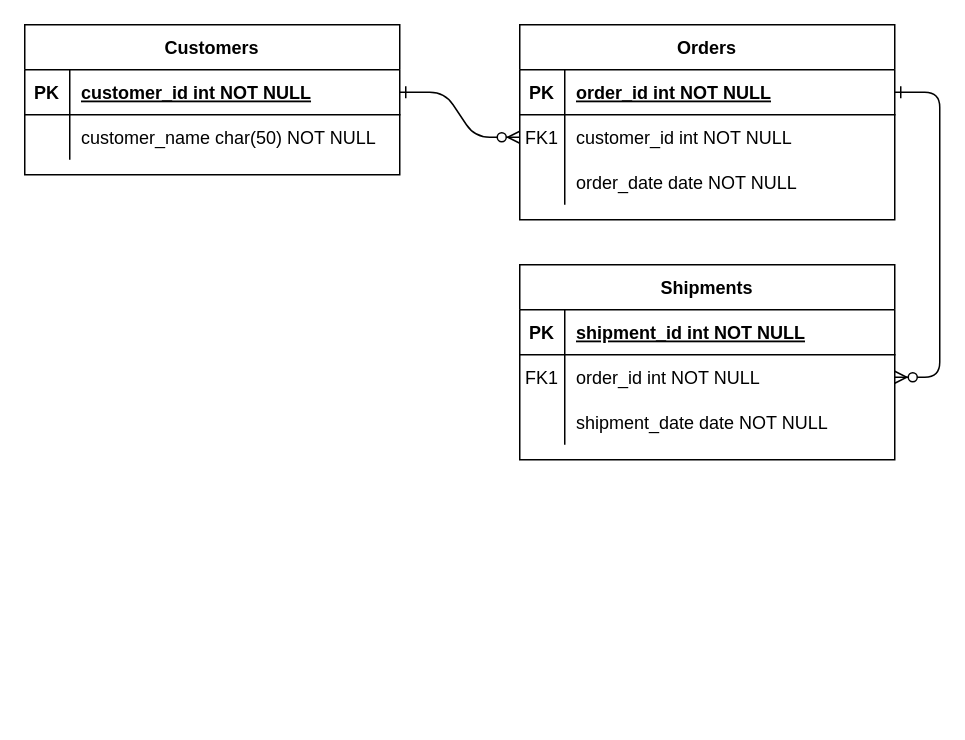
Above: page "Page-1" (1 of 2) of Untitled Diagram.drawio in medhaisacat/escrow (draw.io), before the change. Source tidied: cells renumbered, new cells numbered last; positions are measured from the earlier drawing's top-left corner, leaving out a move shared by most shapes. Both pictures are drawn from the tidied source at 150%, with x=0, y=0 at pixel (24, 24).
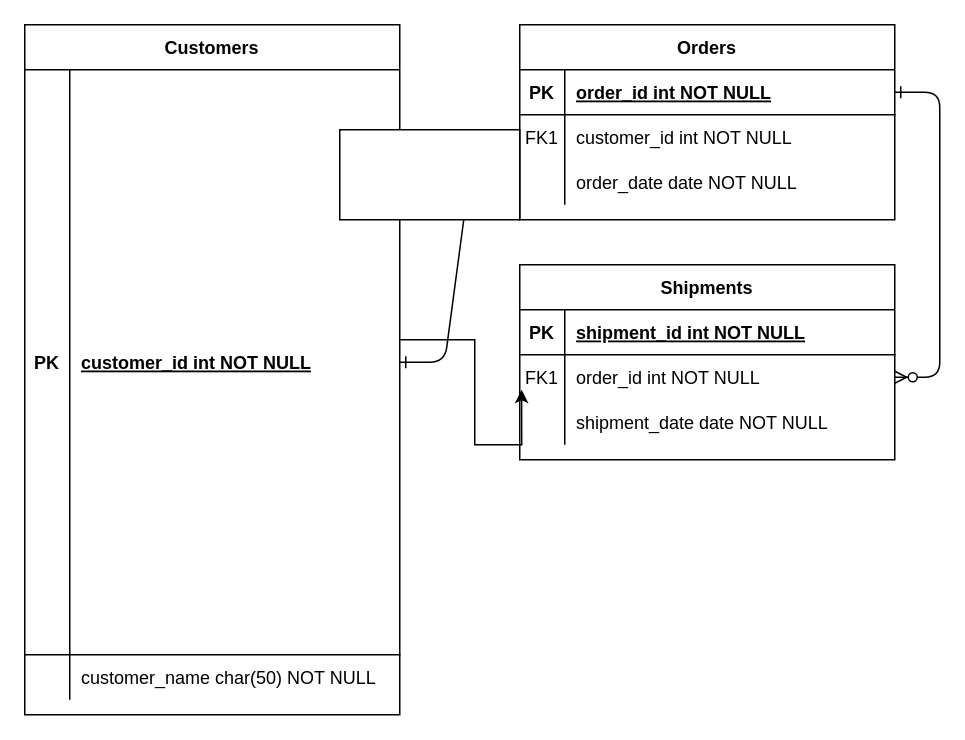
The same diagram, later.

The change refers to these unchanged cells:
```xml
<mxCell id="21" style="shape=partialRectangle;fillColor=none;points=[[0,0.5],[1,0.5]];portConstraint=eastwest;top=0;left=0;right=0;bottom=0;" parent="14" vertex="1">
  <mxGeometry y="90" width="250" height="30" as="geometry" />
</mxCell>
```

Change to the diagram source:
```diff
@@
+    <mxCell id="31" style="edgeStyle=orthogonalEdgeStyle;rounded=0;jettySize=auto;html=1;entryX=0.005;entryY=-0.222;entryDx=0;entryDy=0;entryPerimeter=0;" parent="1" edge="1" source="24" target="21">
+      <mxGeometry relative="1" as="geometry">
+        <Array as="points">
+          <mxPoint x="125" y="210" />
+          <mxPoint x="300" y="210" />
+          <mxPoint x="300" y="280" />
+          <mxPoint x="331" y="280" />
+        </Array>
+      </mxGeometry>
+    </mxCell>
     <mxCell id="24" value="Customers" style="shape=table;startSize=30;childLayout=tableLayout;rowLines=0;fontStyle=1;align=center;" parent="1" vertex="1">
-      <mxGeometry width="250" height="100" as="geometry" />
+      <mxGeometry width="250" height="460" as="geometry" />
     </mxCell>
     <mxCell id="25" style="shape=partialRectangle;fillColor=none;points=[[0,0.5],[1,0.5]];portConstraint=eastwest;top=0;left=0;right=0;bottom=1;" parent="24" vertex="1">
-      <mxGeometry y="30" width="250" height="30" as="geometry" />
+      <mxGeometry y="30" width="250" height="390" as="geometry" />
     </mxCell>
     <mxCell id="26" value="PK" style="shape=partialRectangle;overflow=hidden;fillColor=none;top=0;left=0;bottom=0;right=0;fontStyle=1;" parent="25" vertex="1">
-      <mxGeometry width="30" height="30" as="geometry" />
+      <mxGeometry width="30" height="390" as="geometry" />
     </mxCell>
     <mxCell id="27" value="customer_id int NOT NULL " style="shape=partialRectangle;overflow=hidden;fillColor=none;top=0;left=0;bottom=0;right=0;align=left;spacingLeft=6;fontStyle=5;" parent="25" vertex="1">
-      <mxGeometry x="30" width="220" height="30" as="geometry" />
+      <mxGeometry x="30" width="220" height="390" as="geometry" />
     </mxCell>
     <mxCell id="28" style="shape=partialRectangle;fillColor=none;top=0;left=0;right=0;bottom=0;" parent="24" vertex="1">
-      <mxGeometry y="60" width="250" height="30" as="geometry" />
+      <mxGeometry y="420" width="250" height="30" as="geometry" />
     </mxCell>
@@
+    <mxCell id="32" style="rounded=0;whiteSpace=wrap;html=1;" parent="1" vertex="1">
+      <mxGeometry x="210" y="70" width="120" height="60" as="geometry" />
+    </mxCell>
```
